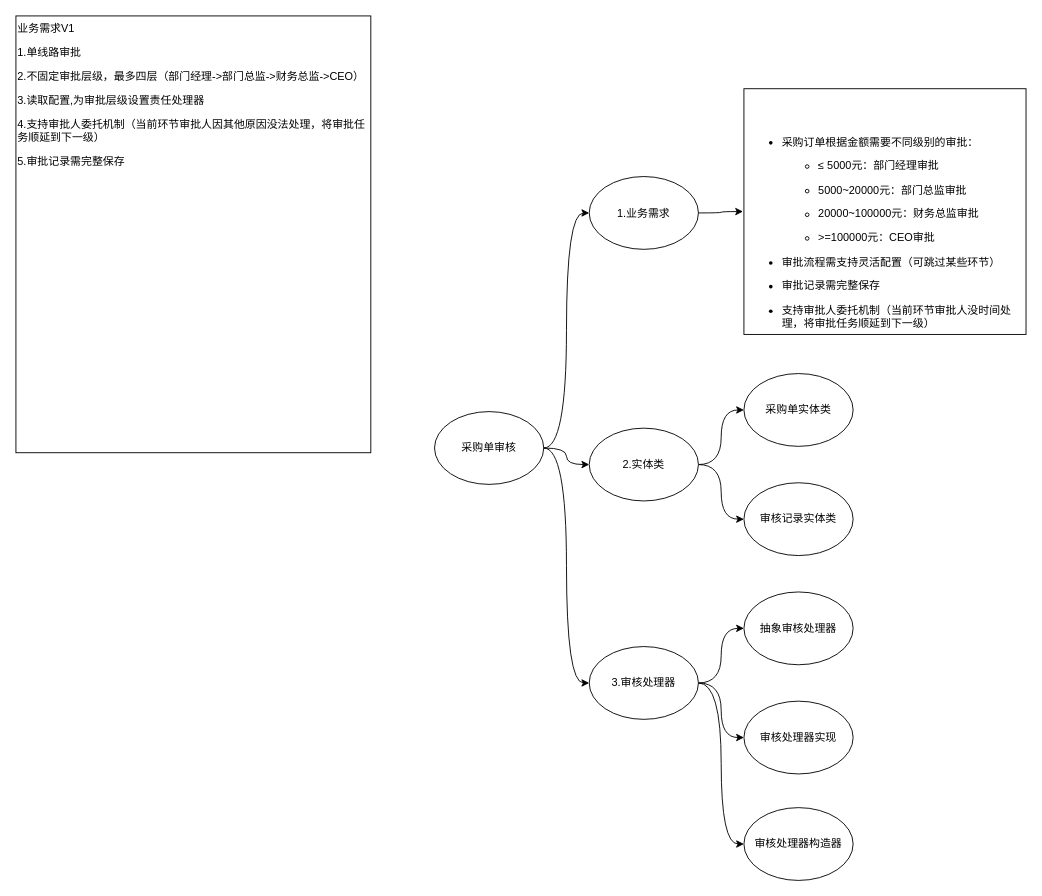
The draw.io diagram 采购单-责任链模式.drawio in liepig1223/drawio, before the edit. Source tidied: cells renumbered, new cells numbered last; positions are measured from the earlier drawing's top-left corner, leaving out a move shared by most shapes. Both pictures are drawn from the tidied source at 91%, with x=0, y=0 at pixel (15, 15).
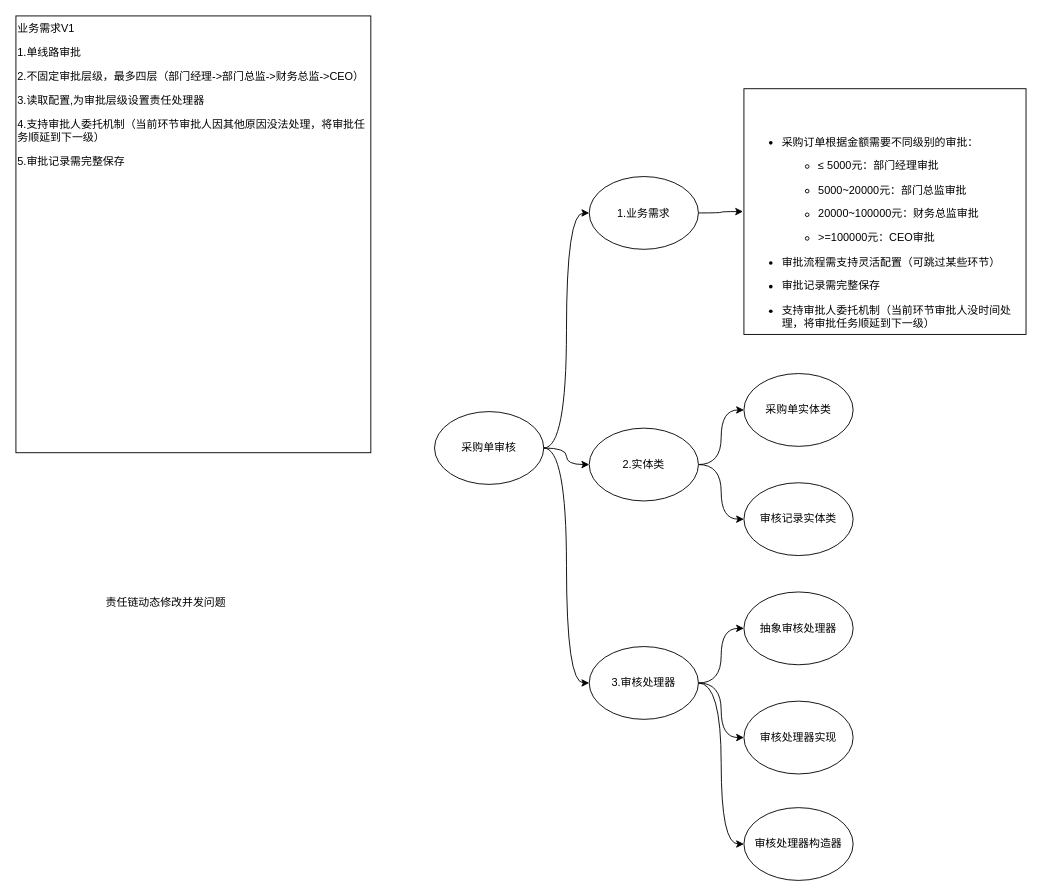
The same page after the edit.

Commit message:
更新采购单-责任链模式.drawio

Change to the diagram source:
```diff
@@
+    <mxCell id="22" value="责任链动态修改并发问题" style="text;html=1;align=center;verticalAlign=middle;whiteSpace=wrap;rounded=0;" parent="1" vertex="1">
+      <mxGeometry x="80" y="620" width="170" height="50" as="geometry" />
+    </mxCell>
```
